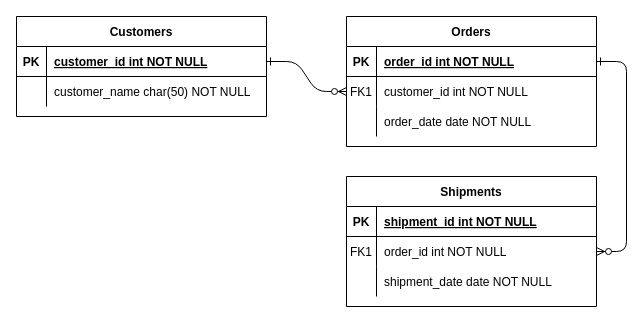
Above: CP-2/Диаграмма без названия.drawio in Kameleva/mysite (draw.io), before the change. Source tidied: cells renumbered, new cells numbered last; positions are measured from the earlier drawing's top-left corner, leaving out a move shared by most shapes. Both pictures are drawn from the tidied source at 100%, with x=0, y=0 at pixel (16, 16).
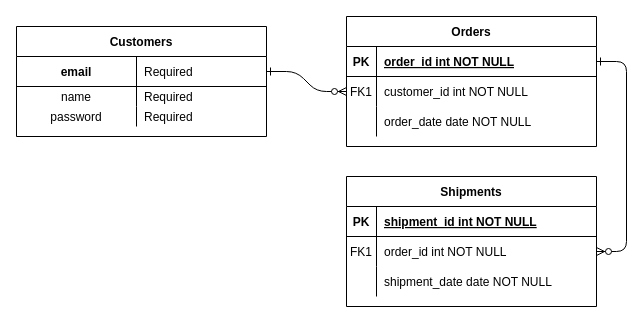
Above is the later version.

The change refers to these unchanged cells:
```xml
<mxCell id="25" style="shape=partialRectangle;fillColor=none;points=[[0,0.5],[1,0.5]];portConstraint=eastwest;top=0;left=0;right=0;bottom=1;" parent="24" vertex="1">
  <mxGeometry y="30" width="250" height="30" as="geometry" />
</mxCell>
```

Change to the diagram source:
```diff
@@
     <mxCell id="24" value="Customers" style="shape=table;startSize=30;childLayout=tableLayout;rowLines=0;fontStyle=1;align=center;" parent="1" vertex="1">
-      <mxGeometry width="250" height="100" as="geometry" />
+      <mxGeometry y="10" width="250" height="110" as="geometry" />
     </mxCell>
@@
-    <mxCell id="26" value="PK" style="shape=partialRectangle;overflow=hidden;fillColor=none;top=0;left=0;bottom=0;right=0;fontStyle=1;" parent="25" vertex="1">
-      <mxGeometry width="30" height="30" as="geometry" />
+    <mxCell id="26" value="email" style="shape=partialRectangle;overflow=hidden;fillColor=none;top=0;left=0;bottom=0;right=0;fontStyle=1;" parent="25" vertex="1">
+      <mxGeometry width="120" height="30" as="geometry" />
     </mxCell>
-    <mxCell id="27" value="customer_id int NOT NULL " style="shape=partialRectangle;overflow=hidden;fillColor=none;top=0;left=0;bottom=0;right=0;align=left;spacingLeft=6;fontStyle=5;" parent="25" vertex="1">
-      <mxGeometry x="30" width="220" height="30" as="geometry" />
+    <mxCell id="27" value="Required" style="shape=partialRectangle;overflow=hidden;fillColor=none;top=0;left=0;bottom=0;right=0;align=left;spacingLeft=6;fontStyle=0;" parent="25" vertex="1">
+      <mxGeometry x="120" width="130" height="30" as="geometry" />
     </mxCell>
     <mxCell id="28" style="shape=partialRectangle;fillColor=none;top=0;left=0;right=0;bottom=0;" parent="24" vertex="1">
-      <mxGeometry y="60" width="250" height="30" as="geometry" />
+      <mxGeometry y="60" width="250" height="20" as="geometry" />
     </mxCell>
-    <mxCell id="29" style="shape=partialRectangle;overflow=hidden;fillColor=none;top=0;left=0;bottom=0;right=0;" parent="28" vertex="1">
-      <mxGeometry width="30" height="30" as="geometry" />
+    <mxCell id="29" value="name" style="shape=partialRectangle;overflow=hidden;fillColor=none;top=0;left=0;bottom=0;right=0;" parent="28" vertex="1">
+      <mxGeometry width="120" height="20" as="geometry" />
     </mxCell>
-    <mxCell id="30" value="customer_name char(50) NOT NULL" style="shape=partialRectangle;overflow=hidden;fillColor=none;top=0;left=0;bottom=0;right=0;align=left;spacingLeft=6;" parent="28" vertex="1">
-      <mxGeometry x="30" width="220" height="30" as="geometry" />
+    <mxCell id="30" value="Required" style="shape=partialRectangle;overflow=hidden;fillColor=none;top=0;left=0;bottom=0;right=0;align=left;spacingLeft=6;" parent="28" vertex="1">
+      <mxGeometry x="120" width="130" height="20" as="geometry" />
     </mxCell>
+    <mxCell id="31" style="shape=partialRectangle;fillColor=none;top=0;left=0;right=0;bottom=0;" parent="24" vertex="1">
+      <mxGeometry y="80" width="250" height="20" as="geometry" />
+    </mxCell>
+    <mxCell id="32" value="password" style="shape=partialRectangle;overflow=hidden;fillColor=none;top=0;left=0;bottom=0;right=0;" parent="31" vertex="1">
+      <mxGeometry width="120" height="20" as="geometry" />
+    </mxCell>
+    <mxCell id="33" value="Required" style="shape=partialRectangle;overflow=hidden;fillColor=none;top=0;left=0;bottom=0;right=0;align=left;spacingLeft=6;" parent="31" vertex="1">
+      <mxGeometry x="120" width="130" height="20" as="geometry" />
+    </mxCell>
```
